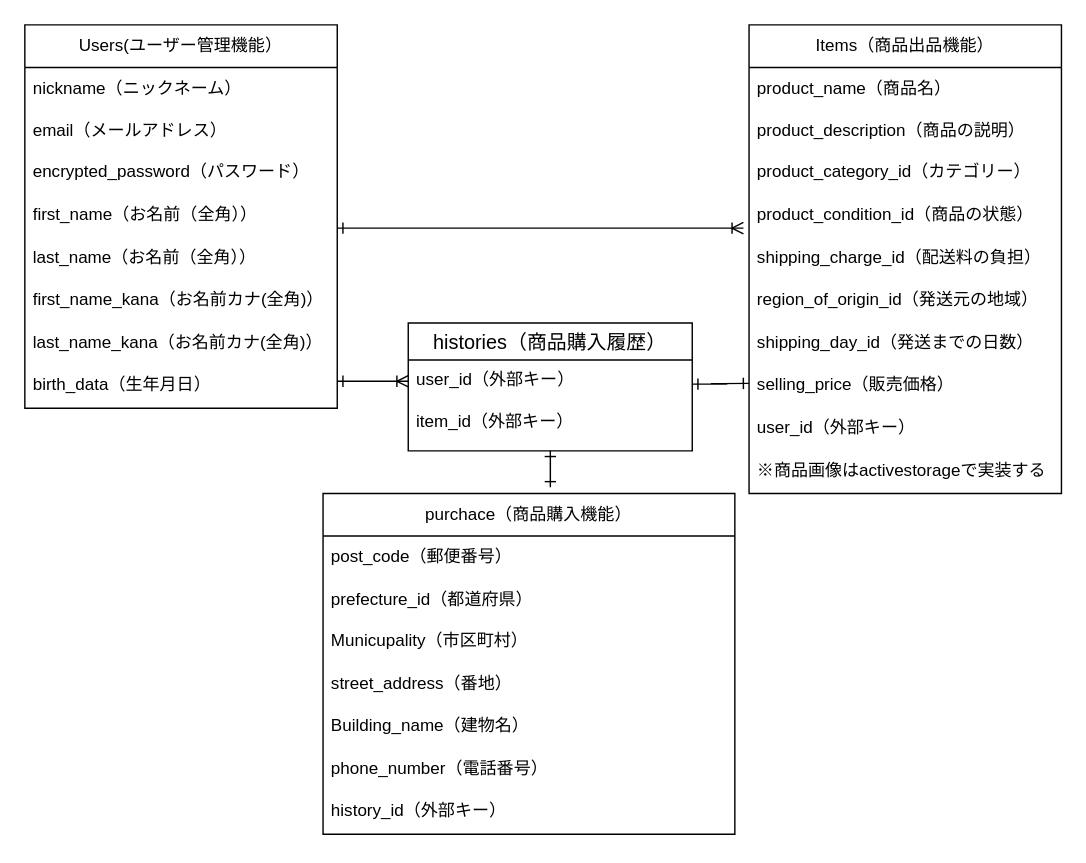
Earlier version of the draw.io diagram test.dio (harunanon/furima-40915). Source tidied: cells renumbered, new cells numbered last; positions are measured from the earlier drawing's top-left corner, leaving out a move shared by most shapes. Both pictures are drawn from the tidied source at 142%, with x=0, y=0 at pixel (24, 24).
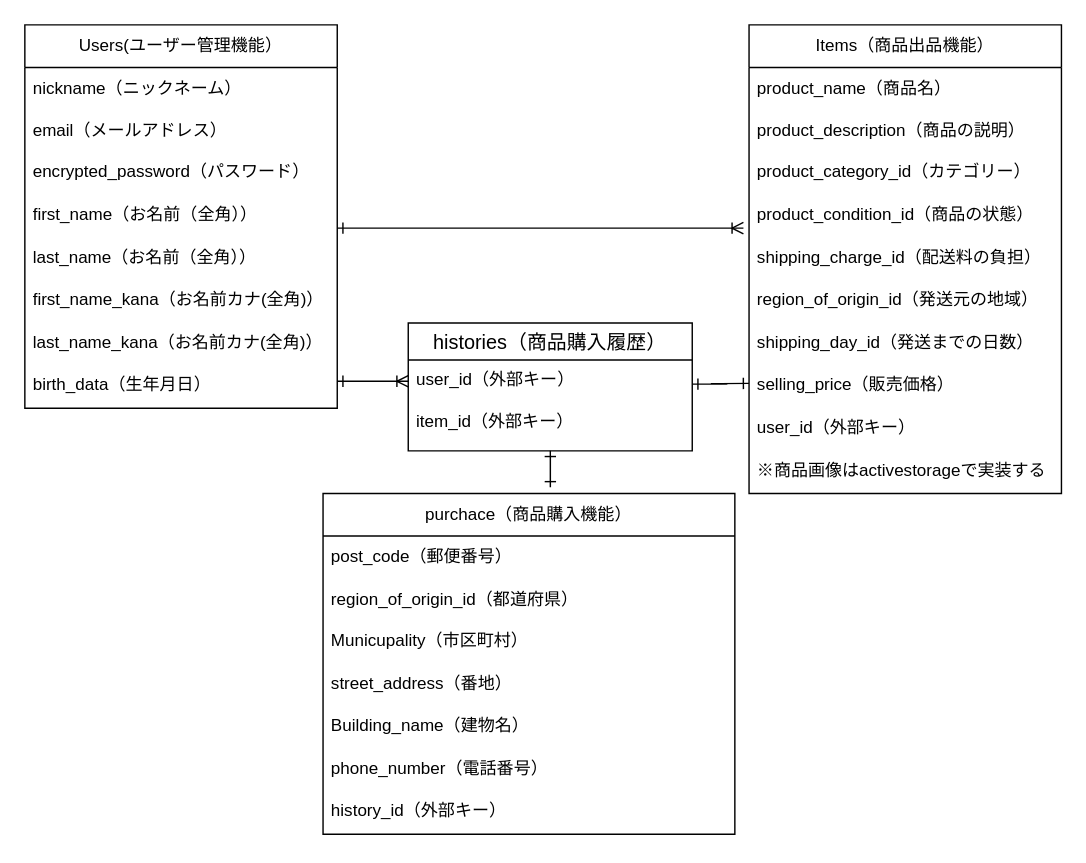
After the change.

Unchanged cells that the change refers to:
```xml
<mxCell id="29" value="purchace（商品購入機能）" style="swimlane;fontStyle=0;horizontal=1;startSize=30;whiteSpace=wrap;html=1;" parent="1" vertex="1">
  <mxGeometry x="210" y="330" width="290" height="240" as="geometry" />
</mxCell>
```

Change to the diagram source:
```diff
@@
-    <mxCell id="31" value="prefecture_id（都道府県）" style="text;strokeColor=none;fillColor=none;align=left;verticalAlign=middle;spacingLeft=4;spacingRight=4;overflow=hidden;whiteSpace=wrap;html=1;" parent="29" vertex="1">
+    <mxCell id="31" value="&lt;span style=&quot;&quot;&gt;region_of_origin_id&lt;/span&gt;（都道府県）" style="text;strokeColor=none;fillColor=none;align=left;verticalAlign=middle;spacingLeft=4;spacingRight=4;overflow=hidden;whiteSpace=wrap;html=1;" parent="29" vertex="1">
       <mxGeometry y="60" width="290" height="30" as="geometry" />
     </mxCell>
```
